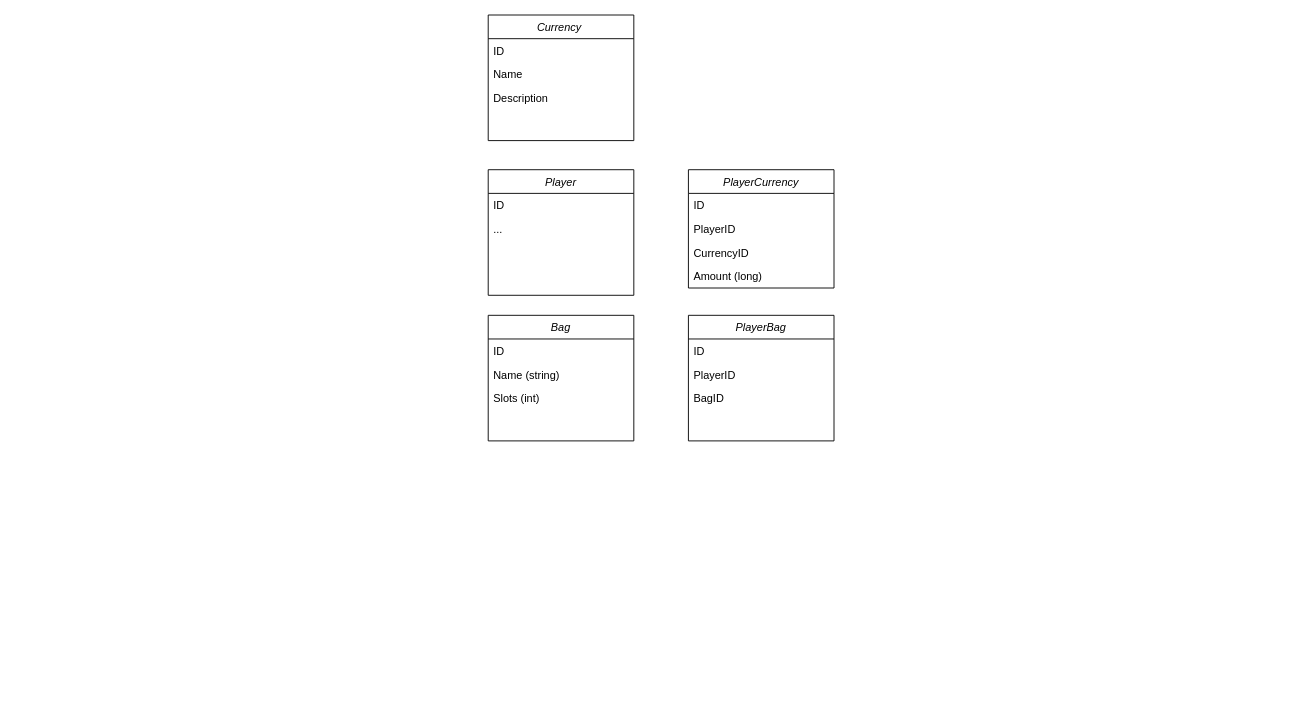
Above: page "Inventory" (2 of 2) of ClassDiagram.drawio in the-kings-man/Zeph (draw.io), before the change. Source tidied: cells renumbered, new cells numbered last; positions are measured from the earlier drawing's top-left corner, leaving out a move shared by most shapes. Both pictures are drawn from the tidied source at 91%, with x=0, y=0 at pixel (488, 15).
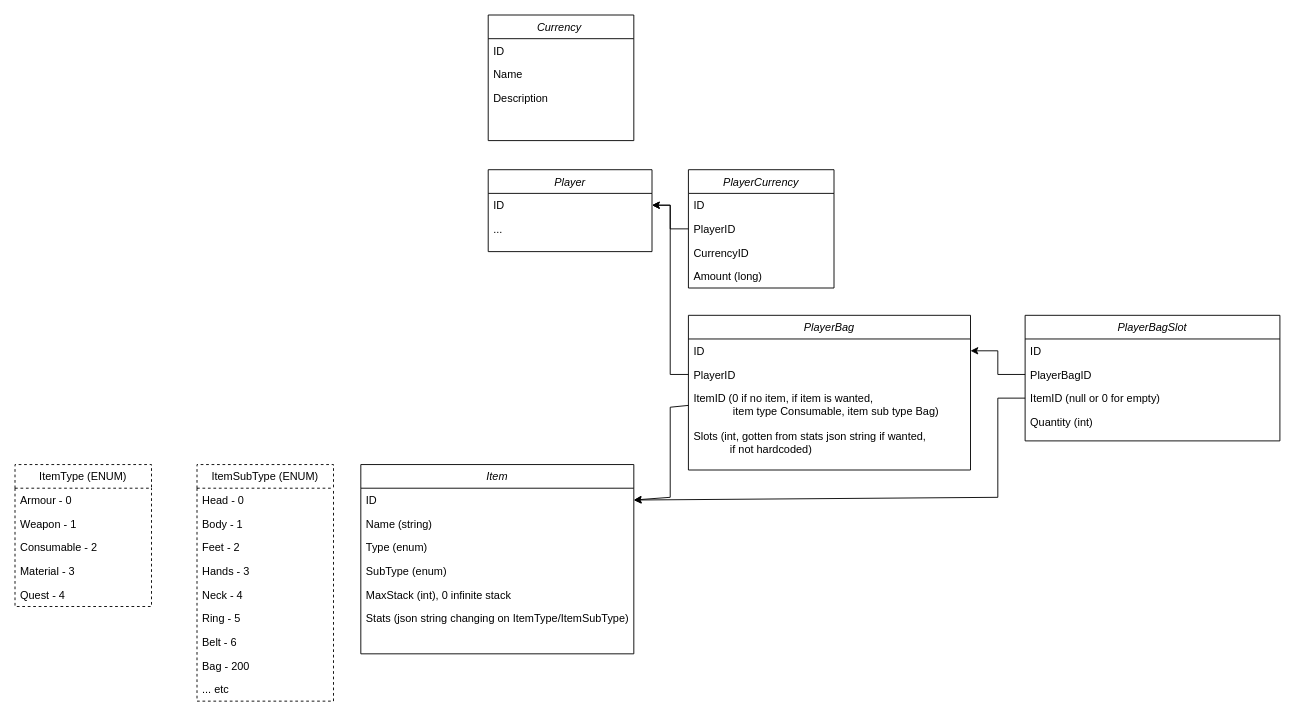
Above is the later version.

The change refers to these unchanged cells:
```xml
<mxCell id="7" value="PlayerID" style="text;align=left;verticalAlign=top;spacingLeft=4;spacingRight=4;overflow=hidden;points=[[0,0.5],[1,0.5]];portConstraint=eastwest;" parent="5" vertex="1">
  <mxGeometry y="52" width="160" height="26" as="geometry" />
</mxCell>
```

Diff of the diagram source:
```diff
@@
     <mxCell id="2" value="Player" style="swimlane;fontStyle=2;align=center;verticalAlign=top;horizontal=1;startSize=26;rounded=0;shadow=0;strokeWidth=1;" parent="1" vertex="1">
-      <mxGeometry y="170" width="160" height="138" as="geometry" />
+      <mxGeometry y="170" width="180" height="90" as="geometry" />
     </mxCell>
     <mxCell id="3" value="ID" style="text;align=left;verticalAlign=top;spacingLeft=4;spacingRight=4;overflow=hidden;points=[[0,0.5],[1,0.5]];portConstraint=eastwest;" parent="2" vertex="1">
-      <mxGeometry y="26" width="160" height="26" as="geometry" />
+      <mxGeometry y="26" width="180" height="26" as="geometry" />
     </mxCell>
     <mxCell id="4" value="..." style="text;align=left;verticalAlign=top;spacingLeft=4;spacingRight=4;overflow=hidden;" parent="2" vertex="1">
-      <mxGeometry y="52" width="160" height="26" as="geometry" />
+      <mxGeometry y="52" width="180" height="26" as="geometry" />
     </mxCell>
@@
     <mxCell id="14" value="PlayerBag" style="swimlane;fontStyle=2;align=center;verticalAlign=top;horizontal=1;startSize=26;rounded=0;shadow=0;strokeWidth=1;" parent="1" vertex="1">
-      <mxGeometry x="220" y="330" width="160" height="138" as="geometry" />
+      <mxGeometry x="220" y="330" width="310" height="170" as="geometry" />
     </mxCell>
     <mxCell id="15" value="ID" style="text;align=left;verticalAlign=top;spacingLeft=4;spacingRight=4;overflow=hidden;points=[[0,0.5],[1,0.5]];portConstraint=eastwest;" parent="14" vertex="1">
-      <mxGeometry y="26" width="160" height="26" as="geometry" />
+      <mxGeometry y="26" width="310" height="26" as="geometry" />
     </mxCell>
     <mxCell id="16" value="PlayerID" style="text;align=left;verticalAlign=top;spacingLeft=4;spacingRight=4;overflow=hidden;points=[[0,0.5],[1,0.5]];portConstraint=eastwest;" parent="14" vertex="1">
-      <mxGeometry y="52" width="160" height="26" as="geometry" />
+      <mxGeometry y="52" width="310" height="26" as="geometry" />
     </mxCell>
-    <mxCell id="17" value="BagID" style="text;align=left;verticalAlign=top;spacingLeft=4;spacingRight=4;overflow=hidden;points=[[0,0.5],[1,0.5]];portConstraint=eastwest;" parent="14" vertex="1">
-      <mxGeometry y="78" width="160" height="26" as="geometry" />
+    <mxCell id="17" value="ItemID (0 if no item, if item is wanted, &#10;             item type Consumable, item sub type Bag)" style="text;align=left;verticalAlign=top;spacingLeft=4;spacingRight=4;overflow=hidden;points=[[0,0.5],[1,0.5]];portConstraint=eastwest;" parent="14" vertex="1">
+      <mxGeometry y="78" width="310" height="42" as="geometry" />
     </mxCell>
-    <mxCell id="18" value="Bag" style="swimlane;fontStyle=2;align=center;verticalAlign=top;horizontal=1;startSize=26;rounded=0;shadow=0;strokeWidth=1;" parent="1" vertex="1">
-      <mxGeometry y="330" width="160" height="138" as="geometry" />
-    </mxCell>
-    <mxCell id="19" value="ID" style="text;align=left;verticalAlign=top;spacingLeft=4;spacingRight=4;overflow=hidden;" parent="18" vertex="1">
-      <mxGeometry y="26" width="160" height="26" as="geometry" />
-    </mxCell>
+    <mxCell id="22" value="Slots (int, gotten from stats json string if wanted, &#10;            if not hardcoded)" style="text;align=left;verticalAlign=top;spacingLeft=4;spacingRight=4;overflow=hidden;" parent="14" vertex="1">
+      <mxGeometry y="120" width="310" height="40" as="geometry" />
+    </mxCell>
+    <mxCell id="23" value="Item" style="swimlane;fontStyle=2;align=center;verticalAlign=top;horizontal=1;startSize=26;rounded=0;shadow=0;strokeWidth=1;" parent="1" vertex="1">
+      <mxGeometry x="-140" y="494" width="300" height="208" as="geometry" />
+    </mxCell>
+    <mxCell id="24" value="ID" style="text;align=left;verticalAlign=top;spacingLeft=4;spacingRight=4;overflow=hidden;points=[[0,0.5],[1,0.5]];portConstraint=eastwest;" parent="23" vertex="1">
+      <mxGeometry y="26" width="300" height="26" as="geometry" />
+    </mxCell>
-    <mxCell id="20" value="Name (string)" style="text;align=left;verticalAlign=top;spacingLeft=4;spacingRight=4;overflow=hidden;" parent="18" vertex="1">
-      <mxGeometry y="52" width="160" height="26" as="geometry" />
+    <mxCell id="20" value="Name (string)" style="text;align=left;verticalAlign=top;spacingLeft=4;spacingRight=4;overflow=hidden;" parent="23" vertex="1">
+      <mxGeometry y="52" width="300" height="26" as="geometry" />
     </mxCell>
-    <mxCell id="21" value="Slots (int)" style="text;align=left;verticalAlign=top;spacingLeft=4;spacingRight=4;overflow=hidden;" parent="18" vertex="1">
-      <mxGeometry y="78" width="160" height="26" as="geometry" />
-    </mxCell>
+    <mxCell id="25" value="Type (enum)" style="text;align=left;verticalAlign=top;spacingLeft=4;spacingRight=4;overflow=hidden;" parent="23" vertex="1">
+      <mxGeometry y="78" width="300" height="26" as="geometry" />
+    </mxCell>
+    <mxCell id="26" value="SubType (enum)" style="text;align=left;verticalAlign=top;spacingLeft=4;spacingRight=4;overflow=hidden;" parent="23" vertex="1">
+      <mxGeometry y="104" width="300" height="26" as="geometry" />
+    </mxCell>
+    <mxCell id="27" value="MaxStack (int), 0 infinite stack" style="text;align=left;verticalAlign=top;spacingLeft=4;spacingRight=4;overflow=hidden;" parent="23" vertex="1">
+      <mxGeometry y="130" width="300" height="26" as="geometry" />
+    </mxCell>
+    <mxCell id="28" value="Stats (json string changing on ItemType/ItemSubType)" style="text;align=left;verticalAlign=top;spacingLeft=4;spacingRight=4;overflow=hidden;" parent="23" vertex="1">
+      <mxGeometry y="156" width="300" height="34" as="geometry" />
+    </mxCell>
+    <mxCell id="29" value="ItemType (ENUM)" style="swimlane;fontStyle=0;horizontal=1;startSize=26;dashed=1;" parent="1" vertex="1">
+      <mxGeometry x="-520" y="494" width="150" height="156" as="geometry" />
+    </mxCell>
+    <mxCell id="30" value="Armour - 0" style="text;strokeColor=none;fillColor=none;align=left;verticalAlign=top;spacingLeft=4;spacingRight=4;overflow=hidden;dashed=1;" parent="29" vertex="1">
+      <mxGeometry y="26" width="150" height="26" as="geometry" />
+    </mxCell>
+    <mxCell id="31" value="Weapon - 1" style="text;strokeColor=none;fillColor=none;align=left;verticalAlign=top;spacingLeft=4;spacingRight=4;overflow=hidden;dashed=1;" parent="29" vertex="1">
+      <mxGeometry y="52" width="150" height="26" as="geometry" />
+    </mxCell>
+    <mxCell id="32" value="Consumable - 2" style="text;strokeColor=none;fillColor=none;align=left;verticalAlign=top;spacingLeft=4;spacingRight=4;overflow=hidden;dashed=1;" parent="29" vertex="1">
+      <mxGeometry y="78" width="150" height="26" as="geometry" />
+    </mxCell>
+    <mxCell id="33" value="Material - 3" style="text;strokeColor=none;fillColor=none;align=left;verticalAlign=top;spacingLeft=4;spacingRight=4;overflow=hidden;dashed=1;" parent="29" vertex="1">
+      <mxGeometry y="104" width="150" height="26" as="geometry" />
+    </mxCell>
+    <mxCell id="34" value="Quest - 4" style="text;strokeColor=none;fillColor=none;align=left;verticalAlign=top;spacingLeft=4;spacingRight=4;overflow=hidden;dashed=1;" parent="29" vertex="1">
+      <mxGeometry y="130" width="150" height="26" as="geometry" />
+    </mxCell>
+    <mxCell id="35" value="ItemSubType (ENUM)" style="swimlane;fontStyle=0;horizontal=1;startSize=26;dashed=1;" parent="1" vertex="1">
+      <mxGeometry x="-320" y="494" width="150" height="260" as="geometry" />
+    </mxCell>
+    <mxCell id="36" value="Head - 0" style="text;strokeColor=none;fillColor=none;align=left;verticalAlign=top;spacingLeft=4;spacingRight=4;overflow=hidden;dashed=1;" parent="35" vertex="1">
+      <mxGeometry y="26" width="150" height="26" as="geometry" />
+    </mxCell>
+    <mxCell id="37" value="Body - 1" style="text;strokeColor=none;fillColor=none;align=left;verticalAlign=top;spacingLeft=4;spacingRight=4;overflow=hidden;dashed=1;" parent="35" vertex="1">
+      <mxGeometry y="52" width="150" height="26" as="geometry" />
+    </mxCell>
+    <mxCell id="38" value="Feet - 2" style="text;strokeColor=none;fillColor=none;align=left;verticalAlign=top;spacingLeft=4;spacingRight=4;overflow=hidden;dashed=1;" parent="35" vertex="1">
+      <mxGeometry y="78" width="150" height="26" as="geometry" />
+    </mxCell>
+    <mxCell id="39" value="Hands - 3" style="text;strokeColor=none;fillColor=none;align=left;verticalAlign=top;spacingLeft=4;spacingRight=4;overflow=hidden;dashed=1;" parent="35" vertex="1">
+      <mxGeometry y="104" width="150" height="26" as="geometry" />
+    </mxCell>
+    <mxCell id="40" value="Neck - 4" style="text;strokeColor=none;fillColor=none;align=left;verticalAlign=top;spacingLeft=4;spacingRight=4;overflow=hidden;dashed=1;" parent="35" vertex="1">
+      <mxGeometry y="130" width="150" height="26" as="geometry" />
+    </mxCell>
+    <mxCell id="41" value="Ring - 5" style="text;strokeColor=none;fillColor=none;align=left;verticalAlign=top;spacingLeft=4;spacingRight=4;overflow=hidden;dashed=1;" parent="35" vertex="1">
+      <mxGeometry y="156" width="150" height="26" as="geometry" />
+    </mxCell>
+    <mxCell id="42" value="Belt - 6" style="text;strokeColor=none;fillColor=none;align=left;verticalAlign=top;spacingLeft=4;spacingRight=4;overflow=hidden;dashed=1;" parent="35" vertex="1">
+      <mxGeometry y="182" width="150" height="26" as="geometry" />
+    </mxCell>
+    <mxCell id="43" value="Bag - 200" style="text;strokeColor=none;fillColor=none;align=left;verticalAlign=top;spacingLeft=4;spacingRight=4;overflow=hidden;dashed=1;" parent="35" vertex="1">
+      <mxGeometry y="208" width="150" height="26" as="geometry" />
+    </mxCell>
+    <mxCell id="44" value="... etc" style="text;strokeColor=none;fillColor=none;align=left;verticalAlign=top;spacingLeft=4;spacingRight=4;overflow=hidden;dashed=1;" parent="35" vertex="1">
+      <mxGeometry y="234" width="150" height="26" as="geometry" />
+    </mxCell>
+    <mxCell id="45" value="PlayerBagSlot" style="swimlane;fontStyle=2;align=center;verticalAlign=top;horizontal=1;startSize=26;rounded=0;shadow=0;strokeWidth=1;" parent="1" vertex="1">
+      <mxGeometry x="590" y="330" width="280" height="138" as="geometry" />
+    </mxCell>
+    <mxCell id="46" value="ID" style="text;align=left;verticalAlign=top;spacingLeft=4;spacingRight=4;overflow=hidden;" parent="45" vertex="1">
+      <mxGeometry y="26" width="280" height="26" as="geometry" />
+    </mxCell>
+    <mxCell id="47" value="PlayerBagID" style="text;align=left;verticalAlign=top;spacingLeft=4;spacingRight=4;overflow=hidden;points=[[0,0.5],[1,0.5]];portConstraint=eastwest;" parent="45" vertex="1">
+      <mxGeometry y="52" width="280" height="26" as="geometry" />
+    </mxCell>
+    <mxCell id="48" value="ItemID (null or 0 for empty)" style="text;align=left;verticalAlign=top;spacingLeft=4;spacingRight=4;overflow=hidden;points=[[0,0.5],[1,0.5]];portConstraint=eastwest;" parent="45" vertex="1">
+      <mxGeometry y="78" width="280" height="26" as="geometry" />
+    </mxCell>
+    <mxCell id="49" value="Quantity (int)" style="text;align=left;verticalAlign=top;spacingLeft=4;spacingRight=4;overflow=hidden;" parent="45" vertex="1">
+      <mxGeometry y="104" width="280" height="26" as="geometry" />
+    </mxCell>
+    <mxCell id="50" style="endArrow=classic;html=1;rounded=0;exitX=0;exitY=0.5;exitDx=0;exitDy=0;entryX=1;entryY=0.5;entryDx=0;entryDy=0;" parent="1" edge="1" source="7" target="3">
+      <mxGeometry relative="1" as="geometry">
+        <Array as="points">
+          <mxPoint x="200" y="235" />
+          <mxPoint x="200" y="209" />
+        </Array>
+      </mxGeometry>
+    </mxCell>
+    <mxCell id="51" style="endArrow=classic;html=1;rounded=0;exitX=0;exitY=0.5;exitDx=0;exitDy=0;entryX=1;entryY=0.5;entryDx=0;entryDy=0;" parent="1" edge="1" source="16" target="3">
+      <mxGeometry relative="1" as="geometry">
+        <Array as="points">
+          <mxPoint x="200" y="395" />
+          <mxPoint x="200" y="209" />
+        </Array>
+      </mxGeometry>
+    </mxCell>
+    <mxCell id="52" style="endArrow=classic;html=1;rounded=0;exitX=0;exitY=0.5;exitDx=0;exitDy=0;entryX=1;entryY=0.5;entryDx=0;entryDy=0;" parent="1" edge="1" source="47" target="15">
+      <mxGeometry relative="1" as="geometry">
+        <Array as="points">
+          <mxPoint x="560" y="395" />
+          <mxPoint x="560" y="369" />
+        </Array>
+      </mxGeometry>
+    </mxCell>
+    <mxCell id="53" style="endArrow=classic;html=1;rounded=0;exitX=0;exitY=0.5;exitDx=0;exitDy=0;entryX=1;entryY=0.5;entryDx=0;entryDy=0;" parent="1" edge="1" source="48" target="24">
+      <mxGeometry relative="1" as="geometry">
+        <Array as="points">
+          <mxPoint x="560" y="421" />
+          <mxPoint x="560" y="530" />
+        </Array>
+      </mxGeometry>
+    </mxCell>
+    <mxCell id="54" style="endArrow=classic;html=1;rounded=0;exitX=0;exitY=0.5;exitDx=0;exitDy=0;entryX=1;entryY=0.5;entryDx=0;entryDy=0;" parent="1" edge="1" source="17" target="24">
+      <mxGeometry relative="1" as="geometry">
+        <Array as="points">
+          <mxPoint x="200" y="431" />
+          <mxPoint x="200" y="530" />
+        </Array>
+      </mxGeometry>
+    </mxCell>
```
